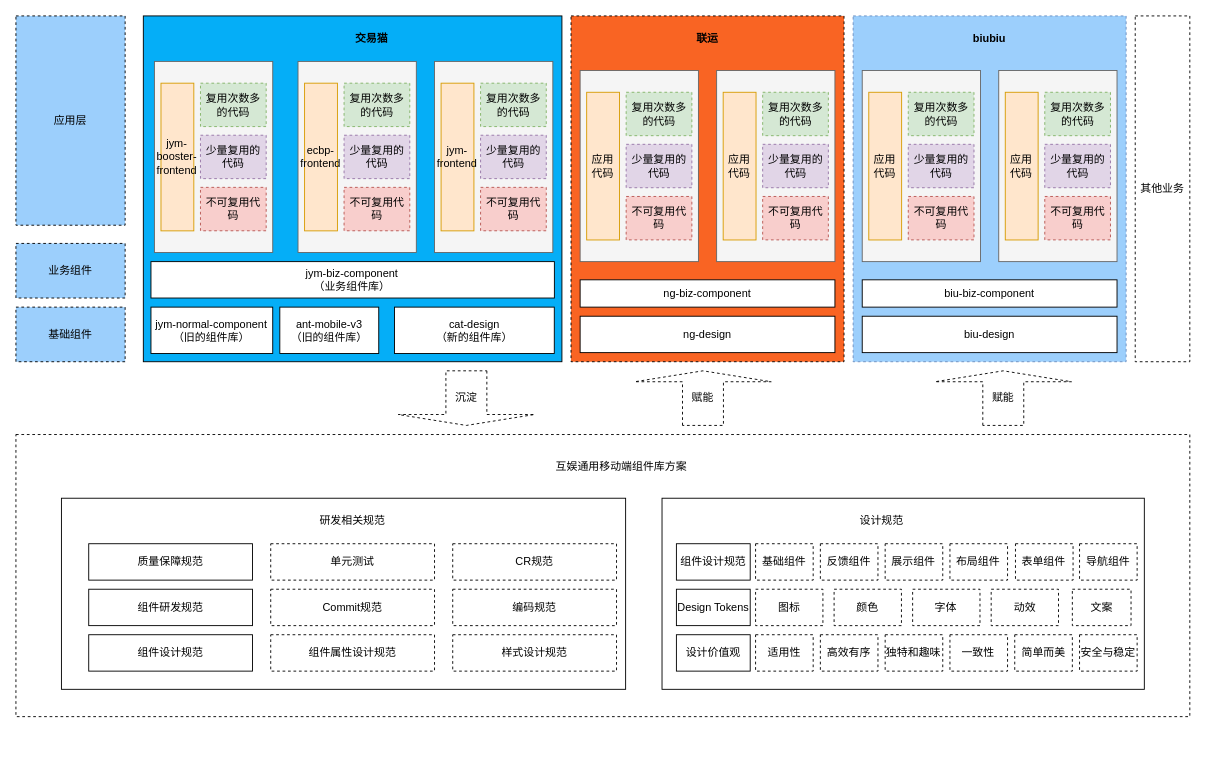
Before: page "Page-1" (1 of 3) of Untitled Diagram.drawio in dyyz1993/ABC, a draw.io diagram. Source tidied: cells renumbered, new cells numbered last; positions are measured from the earlier drawing's top-left corner, leaving out a move shared by most shapes. Both pictures are drawn from the tidied source at 91%, with x=0, y=0 at pixel (15, 15).
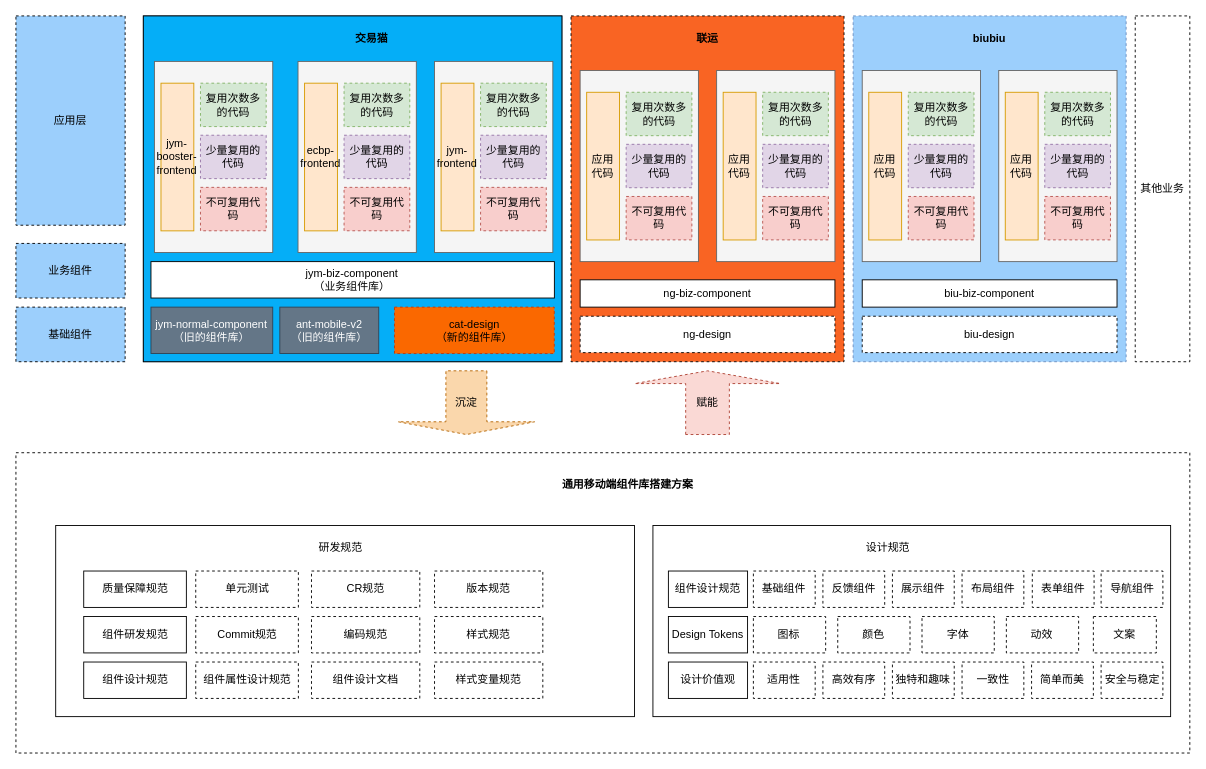
After the change.

The edit, as a diff of the source:
```diff
@@
     <mxCell id="2" style="rounded=0;whiteSpace=wrap;html=1;dashed=1;" parent="1" vertex="1">
-      <mxGeometry y="460" width="1290" height="310" as="geometry" />
+      <mxGeometry y="480" width="1290" height="330" as="geometry" />
     </mxCell>
-    <mxCell id="3" value="沉淀" style="shape=singleArrow;direction=south;whiteSpace=wrap;html=1;dashed=1;" parent="1" vertex="1">
-      <mxGeometry x="420" y="390" width="150" height="60" as="geometry" />
+    <mxCell id="3" value="沉淀" style="shape=singleArrow;direction=south;whiteSpace=wrap;html=1;dashed=1;fillColor=#fad7ac;strokeColor=#b46504;" parent="1" vertex="1">
+      <mxGeometry x="420" y="390" width="150" height="70" as="geometry" />
     </mxCell>
-    <mxCell id="4" value="赋能" style="shape=singleArrow;direction=north;whiteSpace=wrap;html=1;dashed=1;" parent="1" vertex="1">
-      <mxGeometry x="680" y="390" width="150" height="60" as="geometry" />
+    <mxCell id="4" value="赋能" style="shape=singleArrow;direction=north;whiteSpace=wrap;html=1;dashed=1;fillColor=#fad9d5;strokeColor=#ae4132;" parent="1" vertex="1">
+      <mxGeometry x="680" y="390" width="160" height="70" as="geometry" />
     </mxCell>
@@
-    <mxCell id="10" value="ng-design" style="rounded=0;whiteSpace=wrap;html=1;" parent="1" vertex="1">
+    <mxCell id="10" value="ng-design" style="rounded=0;whiteSpace=wrap;html=1;dashed=1;" parent="1" vertex="1">
       <mxGeometry x="620" y="330" width="280" height="40" as="geometry" />
     </mxCell>
-    <mxCell id="11" value="biu-design" style="rounded=0;whiteSpace=wrap;html=1;" parent="1" vertex="1">
+    <mxCell id="11" value="biu-design" style="rounded=0;whiteSpace=wrap;html=1;dashed=1;" parent="1" vertex="1">
       <mxGeometry x="930" y="330" width="280" height="40" as="geometry" />
     </mxCell>
@@
-    <mxCell id="38" value="互娱通用移动端组件库方案" style="text;html=1;strokeColor=none;fillColor=none;align=center;verticalAlign=middle;whiteSpace=wrap;rounded=0;dashed=1;" parent="1" vertex="1">
-      <mxGeometry x="567.5" y="480" width="195" height="30" as="geometry" />
+    <mxCell id="38" value="通用移动端组件库搭建方案" style="text;html=1;strokeColor=none;fillColor=none;align=center;verticalAlign=middle;whiteSpace=wrap;rounded=0;dashed=1;fontStyle=1;" parent="1" vertex="1">
+      <mxGeometry x="575" y="500" width="195" height="30" as="geometry" />
     </mxCell>
     <mxCell id="39" style="group;" parent="1" vertex="1">
-      <mxGeometry x="710" y="530" width="530" height="210" as="geometry" />
+      <mxGeometry x="700" y="560" width="570" height="210" as="geometry" />
     </mxCell>
     <mxCell id="40" style="rounded=0;whiteSpace=wrap;html=1;" parent="39" vertex="1">
-      <mxGeometry width="530" height="210" as="geometry" />
+      <mxGeometry width="568.9" height="210" as="geometry" />
     </mxCell>
     <mxCell id="41" value="Design Tokens" style="rounded=0;whiteSpace=wrap;html=1;" parent="39" vertex="1">
-      <mxGeometry x="15.8" y="100" width="81.1" height="40" as="geometry" />
+      <mxGeometry x="17" y="100" width="87" height="40" as="geometry" />
     </mxCell>
     <mxCell id="42" style="group;" parent="39" vertex="1">
-      <mxGeometry x="102.8" y="100" width="419.3" height="40" as="geometry" />
+      <mxGeometry x="110.4" y="100" width="450" height="40" as="geometry" />
     </mxCell>
     <mxCell id="43" value="图标" style="rounded=0;whiteSpace=wrap;html=1;dashed=1;" parent="42" vertex="1">
-      <mxGeometry width="74" height="40" as="geometry" />
+      <mxGeometry width="79.4" height="40" as="geometry" />
     </mxCell>
     <mxCell id="44" value="颜色" style="rounded=0;whiteSpace=wrap;html=1;dashed=1;" parent="42" vertex="1">
-      <mxGeometry x="86.3" width="74" height="40" as="geometry" />
+      <mxGeometry x="92.7" width="79.4" height="40" as="geometry" />
     </mxCell>
     <mxCell id="45" value="字体" style="rounded=0;whiteSpace=wrap;html=1;dashed=1;" parent="42" vertex="1">
-      <mxGeometry x="172.6" width="74" height="40" as="geometry" />
+      <mxGeometry x="185.3" width="79.4" height="40" as="geometry" />
     </mxCell>
     <mxCell id="46" value="动效" style="rounded=0;whiteSpace=wrap;html=1;dashed=1;" parent="42" vertex="1">
-      <mxGeometry x="258.9" width="74" height="40" as="geometry" />
+      <mxGeometry x="278" width="79.4" height="40" as="geometry" />
     </mxCell>
     <mxCell id="47" value="文案" style="rounded=0;whiteSpace=wrap;html=1;dashed=1;" parent="42" vertex="1">
-      <mxGeometry x="348.1" width="64.5" height="40" as="geometry" />
+      <mxGeometry x="373.6" width="69.2" height="40" as="geometry" />
     </mxCell>
     <mxCell id="48" value="设计规范" style="text;html=1;strokeColor=none;fillColor=none;align=center;verticalAlign=middle;whiteSpace=wrap;rounded=0;" parent="39" vertex="1">
-      <mxGeometry x="181.9" y="10" width="118.7" height="30" as="geometry" />
+      <mxGeometry x="195.3" y="10" width="127.4" height="30" as="geometry" />
     </mxCell>
     <mxCell id="49" value="组件设计规范" style="rounded=0;whiteSpace=wrap;html=1;" parent="39" vertex="1">
-      <mxGeometry x="15.8" y="50" width="81.1" height="40" as="geometry" />
+      <mxGeometry x="17" y="50" width="87" height="40" as="geometry" />
     </mxCell>
     <mxCell id="50" value="设计价值观" style="rounded=0;whiteSpace=wrap;html=1;" parent="39" vertex="1">
-      <mxGeometry x="15.8" y="150" width="81.1" height="40" as="geometry" />
+      <mxGeometry x="17" y="150" width="87" height="40" as="geometry" />
     </mxCell>
     <mxCell id="51" value="&lt;span&gt;适用性&lt;/span&gt;" style="rounded=0;whiteSpace=wrap;html=1;dashed=1;fontSize=12;" parent="39" vertex="1">
-      <mxGeometry x="102.8" y="150" width="63.3" height="40" as="geometry" />
+      <mxGeometry x="110.4" y="150" width="67.9" height="40" as="geometry" />
     </mxCell>
     <mxCell id="52" value="&lt;span&gt;高效有序&lt;/span&gt;" style="rounded=0;whiteSpace=wrap;html=1;dashed=1;fontSize=12;" parent="39" vertex="1">
-      <mxGeometry x="174" y="150" width="63.3" height="40" as="geometry" />
+      <mxGeometry x="186.8" y="150" width="67.9" height="40" as="geometry" />
     </mxCell>
     <mxCell id="53" value="&lt;span&gt;独特和趣味&lt;br&gt;&lt;/span&gt;" style="rounded=0;whiteSpace=wrap;html=1;dashed=1;fontSize=12;" parent="39" vertex="1">
-      <mxGeometry x="245.2" y="150" width="63.3" height="40" as="geometry" />
+      <mxGeometry x="263.2" y="150" width="67.9" height="40" as="geometry" />
     </mxCell>
     <mxCell id="54" value="&lt;span&gt;一致性&lt;br&gt;&lt;/span&gt;" style="rounded=0;whiteSpace=wrap;html=1;dashed=1;fontSize=12;" parent="39" vertex="1">
-      <mxGeometry x="316.4" y="150" width="63.3" height="40" as="geometry" />
+      <mxGeometry x="339.7" y="150" width="67.9" height="40" as="geometry" />
     </mxCell>
     <mxCell id="55" value="&lt;span&gt;简单而美&lt;br&gt;&lt;/span&gt;" style="rounded=0;whiteSpace=wrap;html=1;dashed=1;fontSize=12;" parent="39" vertex="1">
-      <mxGeometry x="387.6" y="150" width="63.3" height="40" as="geometry" />
+      <mxGeometry x="416.1" y="150" width="67.9" height="40" as="geometry" />
     </mxCell>
     <mxCell id="56" value="&lt;span&gt;安全与稳定&lt;br&gt;&lt;/span&gt;" style="rounded=0;whiteSpace=wrap;html=1;dashed=1;fontSize=12;" parent="39" vertex="1">
-      <mxGeometry x="458.8" y="150" width="63.3" height="40" as="geometry" />
+      <mxGeometry x="492.5" y="150" width="67.9" height="40" as="geometry" />
     </mxCell>
     <mxCell id="57" style="group;" parent="39" vertex="1">
-      <mxGeometry x="102.8" y="50" width="419.3" height="40" as="geometry" />
+      <mxGeometry x="110.4" y="50" width="450" height="40" as="geometry" />
     </mxCell>
     <mxCell id="58" value="&lt;span&gt;基础组件&lt;/span&gt;" style="rounded=0;whiteSpace=wrap;html=1;dashed=1;fontSize=12;" parent="57" vertex="1">
-      <mxGeometry width="63.3" height="40" as="geometry" />
+      <mxGeometry width="67.9" height="40" as="geometry" />
     </mxCell>
     <mxCell id="59" value="&lt;span&gt;反馈组件&lt;/span&gt;" style="rounded=0;whiteSpace=wrap;html=1;dashed=1;fontSize=12;" parent="57" vertex="1">
-      <mxGeometry x="71.2" width="63.3" height="40" as="geometry" />
+      <mxGeometry x="76.4" width="67.9" height="40" as="geometry" />
     </mxCell>
     <mxCell id="60" value="展示组件" style="rounded=0;whiteSpace=wrap;html=1;dashed=1;fontSize=12;" parent="57" vertex="1">
-      <mxGeometry x="142.4" width="63.3" height="40" as="geometry" />
+      <mxGeometry x="152.8" width="67.9" height="40" as="geometry" />
     </mxCell>
     <mxCell id="61" value="布局组件" style="rounded=0;whiteSpace=wrap;html=1;dashed=1;fontSize=12;" parent="57" vertex="1">
-      <mxGeometry x="213.6" width="63.3" height="40" as="geometry" />
+      <mxGeometry x="229.3" width="67.9" height="40" as="geometry" />
     </mxCell>
     <mxCell id="62" value="表单组件" style="rounded=0;whiteSpace=wrap;html=1;dashed=1;fontSize=12;" parent="57" vertex="1">
-      <mxGeometry x="285.6" width="63.3" height="40" as="geometry" />
+      <mxGeometry x="306.5" width="67.9" height="40" as="geometry" />
     </mxCell>
     <mxCell id="63" value="导航组件" style="rounded=0;whiteSpace=wrap;html=1;dashed=1;fontSize=12;" parent="57" vertex="1">
-      <mxGeometry x="356" width="63.3" height="40" as="geometry" />
+      <mxGeometry x="382.1" width="67.9" height="40" as="geometry" />
     </mxCell>
     <mxCell id="64" style="group;" parent="1" vertex="1">
-      <mxGeometry x="60" y="530" width="620" height="230" as="geometry" />
+      <mxGeometry x="54" y="560" width="636" height="230" as="geometry" />
     </mxCell>
     <mxCell id="65" style="rounded=0;whiteSpace=wrap;html=1;" parent="64" vertex="1">
-      <mxGeometry x="-10" width="620" height="210" as="geometry" />
+      <mxGeometry x="-10.3" width="636" height="210" as="geometry" />
     </mxCell>
     <mxCell id="66" value="组件研发规范" style="rounded=0;whiteSpace=wrap;html=1;" parent="64" vertex="1">
-      <mxGeometry x="20" y="100" width="180" height="40" as="geometry" />
+      <mxGeometry x="20.5" y="100" width="112.8" height="40" as="geometry" />
     </mxCell>
     <mxCell id="67" value="组件设计规范" style="rounded=0;whiteSpace=wrap;html=1;" parent="64" vertex="1">
-      <mxGeometry x="20" y="150" width="180" height="40" as="geometry" />
+      <mxGeometry x="20.5" y="150" width="112.8" height="40" as="geometry" />
     </mxCell>
     <mxCell id="68" value="质量保障规范" style="rounded=0;whiteSpace=wrap;html=1;" parent="64" vertex="1">
-      <mxGeometry x="20" y="50" width="180" height="40" as="geometry" />
+      <mxGeometry x="20.5" y="50" width="112.8" height="40" as="geometry" />
     </mxCell>
-    <mxCell id="69" value="研发相关规范" style="text;html=1;strokeColor=none;fillColor=none;align=center;verticalAlign=middle;whiteSpace=wrap;rounded=0;" parent="64" vertex="1">
-      <mxGeometry x="235" y="10" width="150" height="30" as="geometry" />
+    <mxCell id="69" value="研发规范" style="text;html=1;strokeColor=none;fillColor=none;align=center;verticalAlign=middle;whiteSpace=wrap;rounded=0;" parent="64" vertex="1">
+      <mxGeometry x="225.7" y="10" width="153.9" height="30" as="geometry" />
     </mxCell>
     <mxCell id="70" value="单元测试" style="rounded=0;whiteSpace=wrap;html=1;dashed=1;" parent="64" vertex="1">
-      <mxGeometry x="220" y="50" width="180" height="40" as="geometry" />
+      <mxGeometry x="143.6" y="50" width="112.8" height="40" as="geometry" />
     </mxCell>
     <mxCell id="71" value="CR规范" style="rounded=0;whiteSpace=wrap;html=1;dashed=1;" parent="64" vertex="1">
-      <mxGeometry x="420" y="50" width="180" height="40" as="geometry" />
+      <mxGeometry x="270.8" y="50" width="119" height="40" as="geometry" />
     </mxCell>
     <mxCell id="72" value="Commit规范" style="rounded=0;whiteSpace=wrap;html=1;dashed=1;" parent="64" vertex="1">
-      <mxGeometry x="220" y="100" width="180" height="40" as="geometry" />
+      <mxGeometry x="143.6" y="100" width="112.8" height="40" as="geometry" />
     </mxCell>
     <mxCell id="73" value="编码规范" style="rounded=0;whiteSpace=wrap;html=1;dashed=1;" parent="64" vertex="1">
-      <mxGeometry x="420" y="100" width="180" height="40" as="geometry" />
+      <mxGeometry x="270.8" y="100" width="119" height="40" as="geometry" />
     </mxCell>
     <mxCell id="74" value="组件属性设计规范" style="rounded=0;whiteSpace=wrap;html=1;dashed=1;" parent="64" vertex="1">
-      <mxGeometry x="220" y="150" width="180" height="40" as="geometry" />
+      <mxGeometry x="143.6" y="150" width="112.8" height="40" as="geometry" />
     </mxCell>
-    <mxCell id="75" value="样式设计规范" style="rounded=0;whiteSpace=wrap;html=1;dashed=1;" parent="64" vertex="1">
-      <mxGeometry x="420" y="150" width="180" height="40" as="geometry" />
+    <mxCell id="75" value="组件设计文档" style="rounded=0;whiteSpace=wrap;html=1;dashed=1;" parent="64" vertex="1">
+      <mxGeometry x="270.8" y="150" width="119" height="40" as="geometry" />
     </mxCell>
+    <mxCell id="105" value="版本规范" style="rounded=0;whiteSpace=wrap;html=1;dashed=1;" parent="64" vertex="1">
+      <mxGeometry x="406" y="50" width="119" height="40" as="geometry" />
+    </mxCell>
+    <mxCell id="106" value="样式变量规范" style="rounded=0;whiteSpace=wrap;html=1;dashed=1;" parent="64" vertex="1">
+      <mxGeometry x="406" y="150" width="119" height="40" as="geometry" />
+    </mxCell>
+    <mxCell id="107" value="样式规范" style="rounded=0;whiteSpace=wrap;html=1;dashed=1;" parent="64" vertex="1">
+      <mxGeometry x="406" y="100" width="119" height="40" as="geometry" />
+    </mxCell>
-    <mxCell id="76" style="group;" parent="1" vertex="1">
+    <mxCell id="76" style="group;fillColor=#647687;fontColor=#ffffff;strokeColor=#314354;" parent="1" vertex="1">
       <mxGeometry x="140" width="460" height="380" as="geometry" />
     </mxCell>
@@
-    <mxCell id="78" value="jym-normal-component&lt;br&gt;（旧的组件库）" style="rounded=0;whiteSpace=wrap;html=1;" parent="76" vertex="1">
+    <mxCell id="78" value="jym-normal-component&lt;br&gt;（旧的组件库）" style="rounded=0;whiteSpace=wrap;html=1;fillColor=#647687;fontColor=#ffffff;strokeColor=#314354;" parent="76" vertex="1">
       <mxGeometry x="8.4" y="320" width="133.8" height="51" as="geometry" />
     </mxCell>
@@
-    <mxCell id="80" value="cat-design&lt;br&gt;（新的组件库）" style="rounded=0;whiteSpace=wrap;html=1;" parent="76" vertex="1">
+    <mxCell id="80" value="cat-design&lt;br&gt;（新的组件库）" style="rounded=0;whiteSpace=wrap;html=1;fillColor=#fa6800;fontColor=#000000;strokeColor=#C73500;dashed=1;" parent="76" vertex="1">
       <mxGeometry x="276" y="320" width="175.6" height="51" as="geometry" />
     </mxCell>
-    <mxCell id="81" value="ant-mobile-v3&lt;br&gt;（旧的组件库）" style="rounded=0;whiteSpace=wrap;html=1;" parent="76" vertex="1">
+    <mxCell id="81" value="ant-mobile-v2&lt;br&gt;（旧的组件库）" style="rounded=0;whiteSpace=wrap;html=1;fillColor=#647687;fontColor=#ffffff;strokeColor=#314354;" parent="76" vertex="1">
       <mxGeometry x="150" y="320" width="108.7" height="51" as="geometry" />
     </mxCell>
@@
-    <mxCell id="104" value="赋能" style="shape=singleArrow;direction=north;whiteSpace=wrap;html=1;dashed=1;" parent="1" vertex="1">
-      <mxGeometry x="1010" y="390" width="150" height="60" as="geometry" />
-    </mxCell>
```
